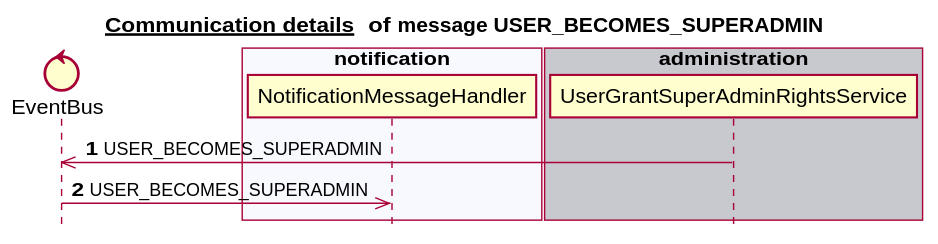
Above: docs/latest/images/gen_domain_messaging_user_becomes_superadmin.svg in mercedes-benz/sechub (PlantUML), before the change.
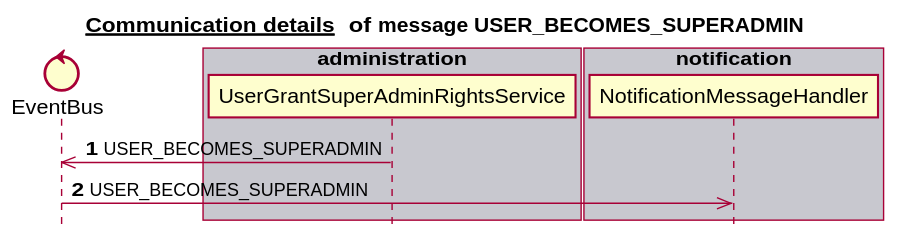
Above is the later version.

The edit, as a diff of the source:
```diff
@@ -10,13 +10,13 @@
 end box
 box "schedule" #F8F8FF
 end box
-box "authorization" #C8C8CF
-end box
-box "notification" #F8F8FF
-   participant NotificationMessageHandler
-end box
 box "administration" #C8C8CF
    participant UserGrantSuperAdminRightsService
+end box
+box "authorization" #F8F8FF
+end box
+box "notification" #C8C8CF
+   participant NotificationMessageHandler
 end box
 autonumber 1
 UserGrantSuperAdminRightsService ->> EventBus:USER_BECOMES_SUPERADMIN
```
